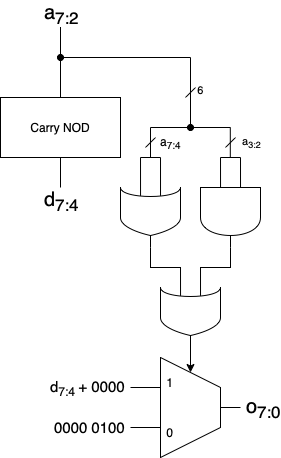
Above: Logic Diagrams/APPROX_8BIT_NOD.png in savedbyawaif/ApproxNOD (draw.io), before the change. Source tidied: cells renumbered, new cells last; positions are measured from the earlier drawing's top-left corner, leaving out a move shared by most shapes. Its diagram source:
```xml
<mxGraphModel>
  <root>
    <mxCell id="0" />
    <mxCell id="1" parent="0" />
    <mxCell id="2" style="edgeStyle=orthogonalEdgeStyle;rounded=0;jettySize=auto;html=1;exitX=0;exitY=0.666;exitDx=0;exitDy=0;exitPerimeter=0;endArrow=none;endFill=0;" parent="1" edge="1" source="4">
      <mxGeometry relative="1" as="geometry">
        <mxPoint x="220" y="130" as="targetPoint" />
      </mxGeometry>
    </mxCell>
    <mxCell id="3" style="edgeStyle=orthogonalEdgeStyle;rounded=0;jettySize=auto;html=1;exitX=0;exitY=0.333;exitDx=0;exitDy=0;exitPerimeter=0;endArrow=none;endFill=0;" parent="1" edge="1" source="4">
      <mxGeometry relative="1" as="geometry">
        <mxPoint x="240" y="130" as="targetPoint" />
      </mxGeometry>
    </mxCell>
    <mxCell id="4" style="shape=(stored shape, 384 characters);whiteSpace=wrap;html=1;fontSize=10;direction=south;" parent="1" vertex="1">
      <mxGeometry x="200" y="160" width="60" height="60" as="geometry" />
    </mxCell>
    <mxCell id="5" style="shape=(stored shape, 432 characters);whiteSpace=wrap;html=1;fontSize=10;direction=south;" parent="1" vertex="1">
      <mxGeometry x="160" y="260" width="60" height="60" as="geometry" />
    </mxCell>
    <mxCell id="6" style="edgeStyle=orthogonalEdgeStyle;rounded=0;jettySize=auto;html=1;entryX=0.14;entryY=0.333;entryDx=0;entryDy=0;entryPerimeter=0;endArrow=none;endFill=0;" parent="1" edge="1" source="4" target="5">
      <mxGeometry relative="1" as="geometry" />
    </mxCell>
    <mxCell id="7" style="edgeStyle=orthogonalEdgeStyle;rounded=0;jettySize=auto;html=1;exitX=0.14;exitY=0.666;exitDx=0;exitDy=0;exitPerimeter=0;endArrow=none;endFill=0;" parent="1" edge="1" source="9">
      <mxGeometry relative="1" as="geometry">
        <mxPoint x="140" y="130" as="targetPoint" />
      </mxGeometry>
    </mxCell>
    <mxCell id="8" style="edgeStyle=orthogonalEdgeStyle;rounded=0;jettySize=auto;html=1;exitX=0.14;exitY=0.333;exitDx=0;exitDy=0;exitPerimeter=0;endArrow=none;endFill=0;" parent="1" edge="1" source="9">
      <mxGeometry relative="1" as="geometry">
        <mxPoint x="160" y="130" as="targetPoint" />
      </mxGeometry>
    </mxCell>
    <mxCell id="9" style="shape=(stored shape, 432 characters);whiteSpace=wrap;html=1;fontSize=10;direction=south;" parent="1" vertex="1">
      <mxGeometry x="120" y="160" width="60" height="60" as="geometry" />
    </mxCell>
    <mxCell id="10" style="edgeStyle=orthogonalEdgeStyle;rounded=0;jettySize=auto;html=1;entryX=0.14;entryY=0.666;entryDx=0;entryDy=0;entryPerimeter=0;endArrow=none;endFill=0;" parent="1" edge="1" source="9" target="5">
      <mxGeometry relative="1" as="geometry" />
    </mxCell>
    <mxCell id="11" style="edgeStyle=orthogonalEdgeStyle;rounded=0;jettySize=auto;html=1;endArrow=none;endFill=0;" parent="1" edge="1" source="13">
      <mxGeometry relative="1" as="geometry">
        <mxPoint x="60" y="160" as="targetPoint" />
      </mxGeometry>
    </mxCell>
    <mxCell id="12" value="&lt;font style=&quot;font-size: 20px;&quot;&gt;d&lt;sub&gt;7:4&lt;/sub&gt;&lt;/font&gt;" style="edgeLabel;html=1;align=center;verticalAlign=middle;labelBackgroundColor=none;" parent="11" vertex="1">
      <mxGeometry relative="1" as="geometry">
        <mxPoint y="28" as="offset" />
      </mxGeometry>
    </mxCell>
    <mxCell id="13" value="Carry NOD" style="rounded=0;whiteSpace=wrap;html=1;fillColor=none;" parent="1" vertex="1">
      <mxGeometry y="70" width="120" height="60" as="geometry" />
    </mxCell>
    <mxCell id="14" style="endArrow=none;html=1;rounded=1;curved=0;" parent="1" edge="1">
      <mxGeometry relative="1" as="geometry">
        <mxPoint x="140" y="130" as="sourcePoint" />
        <mxPoint x="160" y="130" as="targetPoint" />
      </mxGeometry>
    </mxCell>
    <mxCell id="15" style="endArrow=none;html=1;rounded=1;curved=0;" parent="1" edge="1">
      <mxGeometry relative="1" as="geometry">
        <mxPoint x="220" y="130" as="sourcePoint" />
        <mxPoint x="240" y="130" as="targetPoint" />
      </mxGeometry>
    </mxCell>
    <mxCell id="16" style="endArrow=none;html=1;rounded=0;endFill=0;" parent="1" edge="1">
      <mxGeometry relative="1" as="geometry">
        <mxPoint x="60" y="30" as="sourcePoint" />
        <mxPoint x="190" y="30" as="targetPoint" />
      </mxGeometry>
    </mxCell>
    <mxCell id="17" style="endArrow=none;html=1;rounded=0;startArrow=oval;startFill=1;" parent="1" edge="1">
      <mxGeometry relative="1" as="geometry">
        <mxPoint x="190" y="100" as="sourcePoint" />
        <mxPoint x="190" y="30" as="targetPoint" />
      </mxGeometry>
    </mxCell>
    <mxCell id="18" style="endArrow=none;html=1;rounded=0;" parent="1" edge="1">
      <mxGeometry relative="1" as="geometry">
        <mxPoint x="150" y="100" as="sourcePoint" />
        <mxPoint x="230" y="100" as="targetPoint" />
      </mxGeometry>
    </mxCell>
    <mxCell id="19" style="endArrow=none;html=1;rounded=0;" parent="1" edge="1">
      <mxGeometry relative="1" as="geometry">
        <mxPoint x="150" y="130" as="sourcePoint" />
        <mxPoint x="150" y="100" as="targetPoint" />
      </mxGeometry>
    </mxCell>
    <mxCell id="20" style="endArrow=none;html=1;rounded=0;" parent="1" edge="1">
      <mxGeometry relative="1" as="geometry">
        <mxPoint x="229.8" y="130" as="sourcePoint" />
        <mxPoint x="229.8" y="100" as="targetPoint" />
      </mxGeometry>
    </mxCell>
    <mxCell id="21" style="endArrow=none;html=1;rounded=0;" parent="1" edge="1">
      <mxGeometry relative="1" as="geometry">
        <mxPoint x="145" y="120" as="sourcePoint" />
        <mxPoint x="155" y="110" as="targetPoint" />
      </mxGeometry>
    </mxCell>
    <mxCell id="22" style="endArrow=none;html=1;rounded=0;" parent="1" edge="1">
      <mxGeometry relative="1" as="geometry">
        <mxPoint x="225" y="120" as="sourcePoint" />
        <mxPoint x="235" y="110" as="targetPoint" />
      </mxGeometry>
    </mxCell>
    <mxCell id="23" value="a&lt;sub&gt;3:2&lt;/sub&gt;" style="edgeLabel;html=1;align=center;verticalAlign=middle;labelBackgroundColor=none;" parent="22" vertex="1">
      <mxGeometry x="0.27" relative="1" as="geometry">
        <mxPoint x="19" y="1" as="offset" />
      </mxGeometry>
    </mxCell>
    <mxCell id="24" style="endArrow=none;html=1;rounded=0;" parent="1" edge="1">
      <mxGeometry relative="1" as="geometry">
        <mxPoint x="185" y="70" as="sourcePoint" />
        <mxPoint x="195" y="60" as="targetPoint" />
      </mxGeometry>
    </mxCell>
    <mxCell id="25" value="6" style="edgeLabel;html=1;align=center;verticalAlign=middle;labelBackgroundColor=none;" parent="24" vertex="1">
      <mxGeometry x="0.67" y="-2" relative="1" as="geometry">
        <mxPoint x="5" as="offset" />
      </mxGeometry>
    </mxCell>
    <mxCell id="26" style="endArrow=none;html=1;rounded=0;endFill=0;startArrow=oval;startFill=1;" parent="1" edge="1">
      <mxGeometry relative="1" as="geometry">
        <mxPoint x="60" y="30" as="sourcePoint" />
        <mxPoint x="60" y="70" as="targetPoint" />
        <Array as="points">
          <mxPoint x="60" />
        </Array>
      </mxGeometry>
    </mxCell>
    <mxCell id="27" value="&lt;font style=&quot;font-size: 20px;&quot;&gt;a&lt;sub&gt;7:2&lt;/sub&gt;&lt;/font&gt;" style="edgeLabel;html=1;align=center;verticalAlign=middle;labelBackgroundColor=none;" parent="26" vertex="1">
      <mxGeometry relative="1" as="geometry">
        <mxPoint y="-34" as="offset" />
      </mxGeometry>
    </mxCell>
    <mxCell id="28" style="edgeStyle=orthogonalEdgeStyle;rounded=0;jettySize=auto;html=1;exitX=0;exitY=0.3;exitDx=0;exitDy=0;exitPerimeter=0;endArrow=none;endFill=0;" parent="1" edge="1" source="31">
      <mxGeometry relative="1" as="geometry">
        <mxPoint x="130" y="360" as="targetPoint" />
      </mxGeometry>
    </mxCell>
    <mxCell id="29" style="edgeStyle=orthogonalEdgeStyle;rounded=0;jettySize=auto;html=1;exitX=1;exitY=0.5;exitDx=0;exitDy=0;exitPerimeter=0;endArrow=none;endFill=0;" parent="1" edge="1" source="31">
      <mxGeometry relative="1" as="geometry">
        <mxPoint x="240" y="380" as="targetPoint" />
      </mxGeometry>
    </mxCell>
    <mxCell id="30" value="&lt;font&gt;&lt;sub&gt;&lt;span style=&quot;font-size: 20px;&quot;&gt;o&lt;sub&gt;7:0&lt;/sub&gt;&lt;/span&gt;&lt;/sub&gt;&lt;/font&gt;" style="edgeLabel;html=1;align=center;verticalAlign=middle;labelBackgroundColor=none;" parent="29" vertex="1">
      <mxGeometry relative="1" as="geometry">
        <mxPoint x="32" as="offset" />
      </mxGeometry>
    </mxCell>
    <mxCell id="31" style="shape=(stored shape, 364 characters);whiteSpace=wrap;html=1;" parent="1" vertex="1">
      <mxGeometry x="160" y="330" width="60" height="100" as="geometry" />
    </mxCell>
    <mxCell id="32" style="edgeStyle=orthogonalEdgeStyle;rounded=0;jettySize=auto;html=1;entryX=0;entryY=0.7;entryDx=0;entryDy=0;entryPerimeter=0;endArrow=none;endFill=0;" parent="1" edge="1" target="31">
      <mxGeometry relative="1" as="geometry">
        <mxPoint x="130" y="400" as="sourcePoint" />
        <Array as="points">
          <mxPoint x="130" y="400" />
        </Array>
      </mxGeometry>
    </mxCell>
    <mxCell id="33" value="&lt;font style=&quot;font-size: 15px;&quot;&gt;d&lt;sub&gt;7:4&amp;nbsp;&lt;/sub&gt;+ 0000&lt;/font&gt;" style="text;html=1;align=center;verticalAlign=middle;strokeColor=none;fillColor=none;" parent="1" vertex="1">
      <mxGeometry x="37" y="346" width="100" height="30" as="geometry" />
    </mxCell>
    <mxCell id="34" value="1" style="text;strokeColor=none;align=center;fillColor=none;html=1;verticalAlign=middle;whiteSpace=wrap;rounded=0;" parent="1" vertex="1">
      <mxGeometry x="160" y="340" width="20" height="30" as="geometry" />
    </mxCell>
    <mxCell id="35" value="0" style="text;strokeColor=none;align=center;fillColor=none;html=1;verticalAlign=middle;whiteSpace=wrap;rounded=0;" parent="1" vertex="1">
      <mxGeometry x="160" y="390" width="20" height="30" as="geometry" />
    </mxCell>
    <mxCell id="36" value="a&lt;sub&gt;7:4&lt;/sub&gt;" style="text;html=1;align=center;verticalAlign=middle;strokeColor=none;fillColor=none;" parent="1" vertex="1">
      <mxGeometry x="150" y="100" width="40" height="30" as="geometry" />
    </mxCell>
    <mxCell id="37" style="edgeStyle=orthogonalEdgeStyle;rounded=0;jettySize=auto;html=1;entryX=0.5;entryY=0.15;entryDx=0;entryDy=0;entryPerimeter=0;" parent="1" edge="1" source="5" target="31">
      <mxGeometry relative="1" as="geometry" />
    </mxCell>
    <mxCell id="38" value="&lt;font style=&quot;font-size: 15px;&quot;&gt;0000 0100&lt;/font&gt;" style="text;html=1;align=center;verticalAlign=middle;strokeColor=none;fillColor=none;" parent="1" vertex="1">
      <mxGeometry x="44" y="385" width="90" height="30" as="geometry" />
    </mxCell>
  </root>
</mxGraphModel>
```
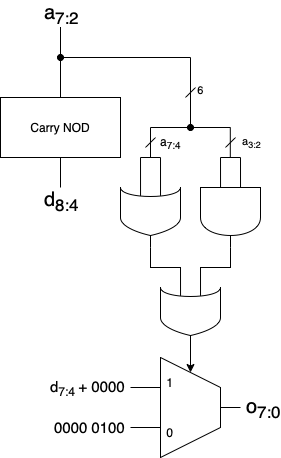
Later version of the same file.

The edit, as a diff of the source:
```diff
@@ -42,7 +42,7 @@
         <mxPoint x="60" y="160" as="targetPoint" />
       </mxGeometry>
     </mxCell>
-    <mxCell id="12" value="&lt;font style=&quot;font-size: 20px;&quot;&gt;d&lt;sub&gt;7:4&lt;/sub&gt;&lt;/font&gt;" style="edgeLabel;html=1;align=center;verticalAlign=middle;labelBackgroundColor=none;" parent="11" vertex="1">
+    <mxCell id="12" value="&lt;font style=&quot;font-size: 20px;&quot;&gt;d&lt;sub&gt;8:4&lt;/sub&gt;&lt;/font&gt;" style="edgeLabel;html=1;align=center;verticalAlign=middle;labelBackgroundColor=none;" parent="11" vertex="1">
       <mxGeometry relative="1" as="geometry">
         <mxPoint y="28" as="offset" />
       </mxGeometry>
```
